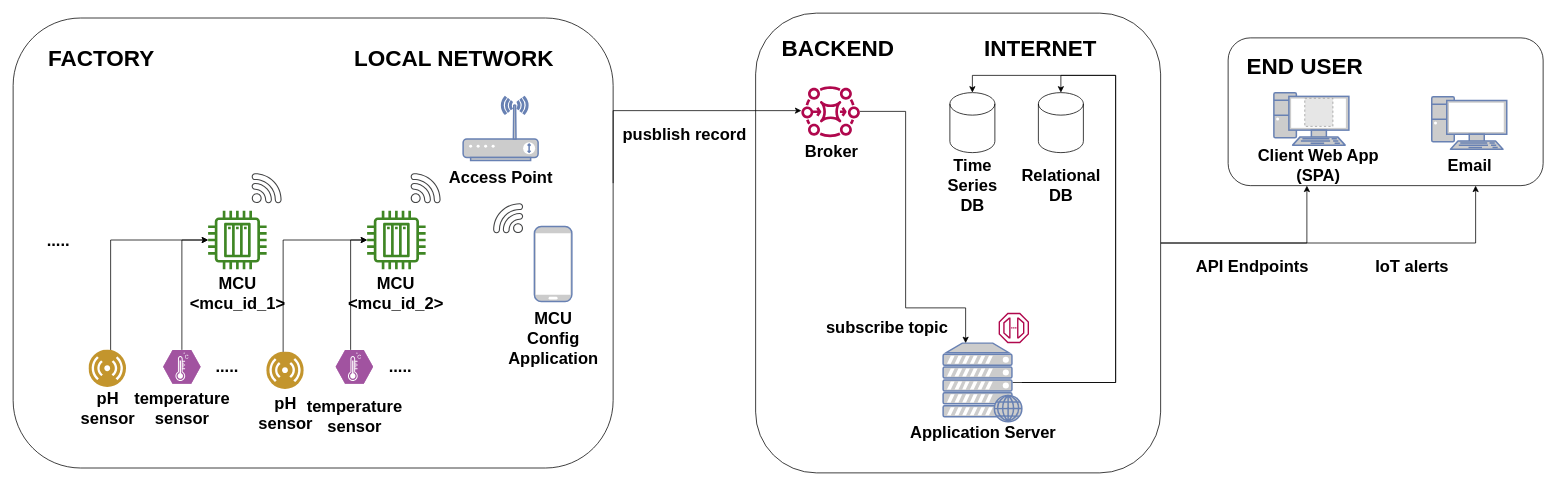
Above: Documentation/Diagrams/System architecture.drawio in MiguelRocha2001/PS-Monitor-IoT-System (draw.io), before the change. Source tidied: cells renumbered, new cells numbered last; positions are measured from the earlier drawing's top-left corner, leaving out a move shared by most shapes. Both pictures are drawn from the tidied source at 75%, with x=0, y=0 at pixel (13, 13). Pictures stored in the file or linked from it are replaced by grey dashed boxes.
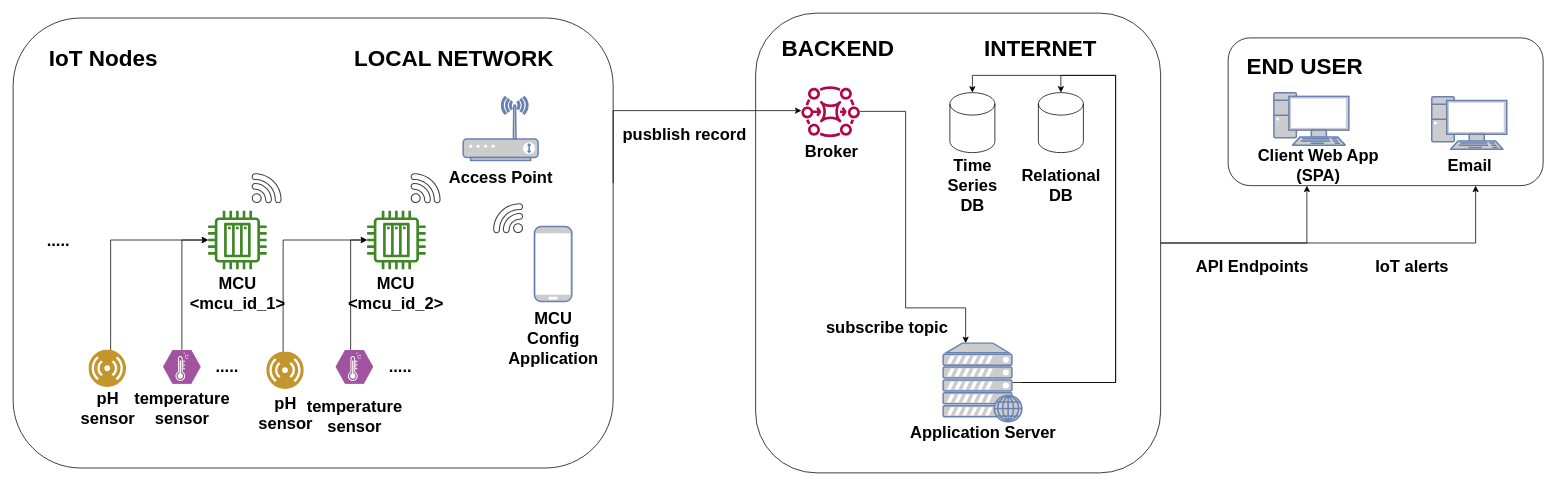
The same page after the edit.

Change to the diagram source:
```diff
@@
-    <mxCell id="15" style="sketch=0;fontColor=#232F3E;gradientColor=none;fillColor=#B0084D;strokeColor=none;dashed=0;verticalLabelPosition=bottom;verticalAlign=top;align=center;html=1;fontSize=22;fontStyle=0;shape=mxgraph.aws4.endpoint;" parent="1" vertex="1">
-      <mxGeometry x="1314" y="399.5" width="40.5" height="40.5" as="geometry" />
-    </mxCell>
-    <mxCell id="16" style="fillColor=#E6E6E6;strokeColor=#999999;dashed=1;html=1;verticalAlign=top;verticalLabelPosition=bottom;labelBackgroundColor=#ffffff;fontColor=#3399FF;fontSize=22;" parent="1" vertex="1">
-      <mxGeometry x="1722.2" y="113.5" width="37.5" height="37.5" as="geometry" />
-    </mxCell>
@@
-    <mxCell id="18" value="&lt;h1 style=&quot;font-size: 30px;&quot;&gt;FACTORY&lt;/h1&gt;" style="text;html=1;strokeColor=none;fillColor=none;spacing=5;spacingTop=-20;whiteSpace=wrap;overflow=hidden;rounded=0;fontSize=30;" parent="1" vertex="1">
-      <mxGeometry x="42" y="33" width="170" height="60" as="geometry" />
+    <mxCell id="18" value="&lt;h1 style=&quot;font-size: 30px;&quot;&gt;IoT Nodes&lt;/h1&gt;" style="text;html=1;strokeColor=none;fillColor=none;spacing=5;spacingTop=-20;whiteSpace=wrap;overflow=hidden;rounded=0;fontSize=30;" parent="1" vertex="1">
+      <mxGeometry x="43" y="33" width="248" height="60" as="geometry" />
     </mxCell>
```
